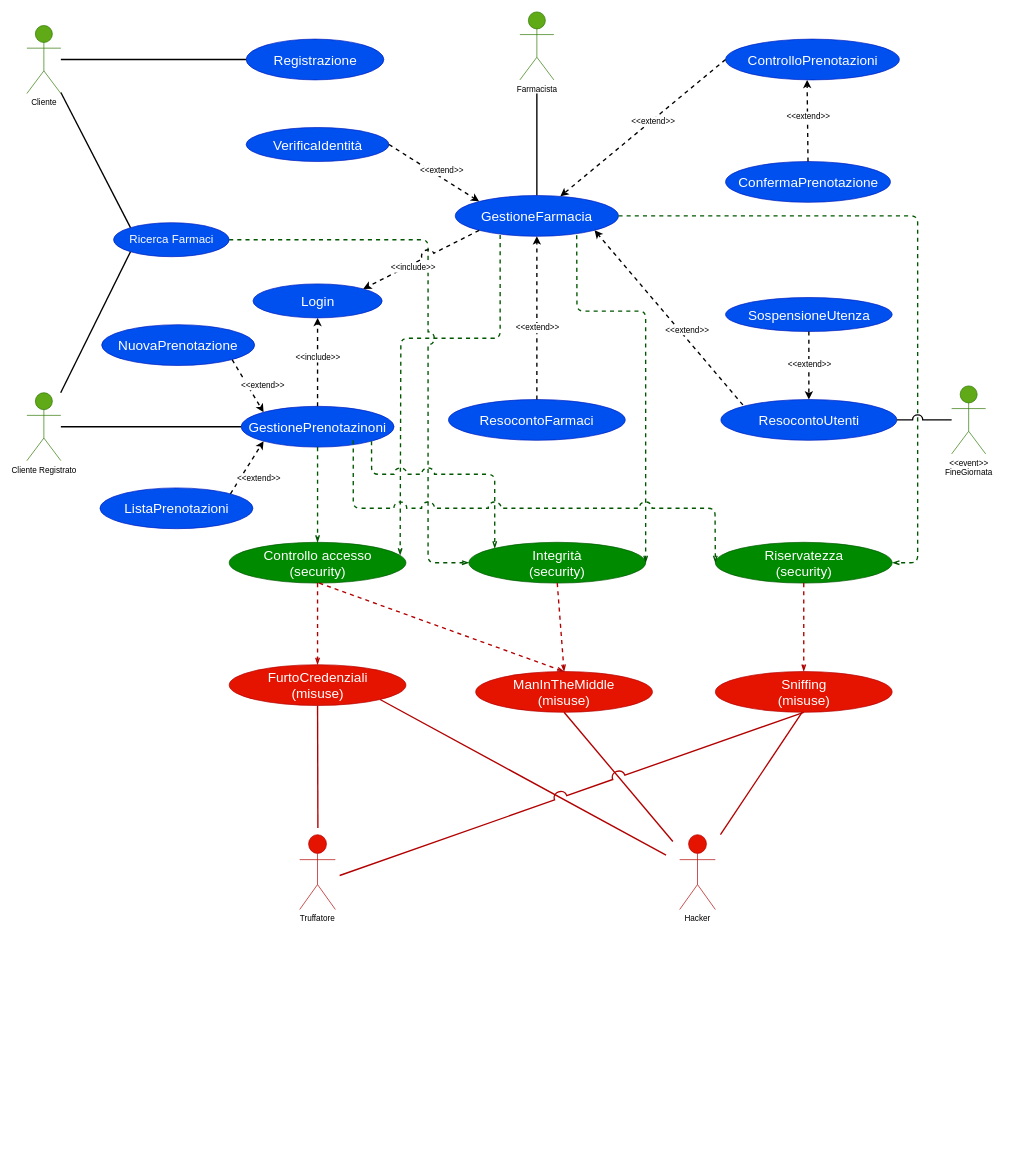
Above: drawio/Analisi/SecurityCase.drawio in lnwor/farmabyte-doc (draw.io), before the change. Source tidied: cells renumbered, new cells numbered last; positions are measured from the earlier drawing's top-left corner, leaving out a move shared by most shapes. Both pictures are drawn from the tidied source at 68%, with x=0, y=0 at pixel (27, 12).
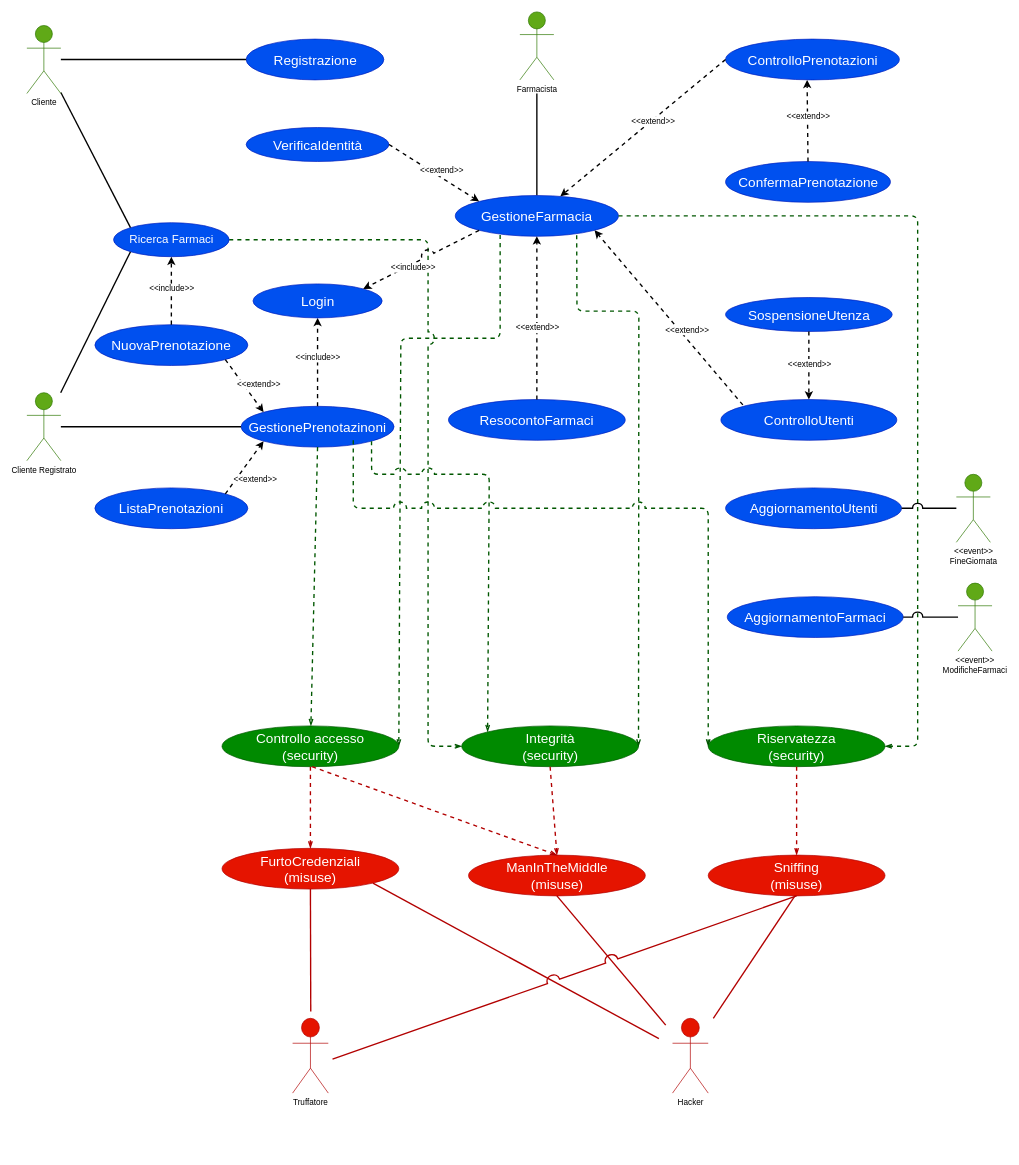
The same diagram, later.

Commit message (it also covers changes not shown here):
aggiunti casi d'uso, modificato il deployment e l'include

Unchanged cells that the change refers to:
```xml
<mxCell id="6" value="GestioneFarmacia" style="ellipse;whiteSpace=wrap;html=1;labelBackgroundColor=none;fillColor=#0050ef;strokeColor=#001DBC;fontSize=20;fontColor=#ffffff;" parent="1" vertex="1">
  <mxGeometry x="630" y="270" width="240" height="60" as="geometry" />
</mxCell>
<mxCell id="7" value="GestionePrenotazinoni" style="ellipse;whiteSpace=wrap;html=1;labelBackgroundColor=none;fontSize=20;fillColor=#0050ef;strokeColor=#001DBC;fontColor=#ffffff;" parent="1" vertex="1">
  <mxGeometry x="315" y="580" width="225" height="60" as="geometry" />
</mxCell>
<mxCell id="14" value="Ricerca Farmaci" style="ellipse;whiteSpace=wrap;html=1;labelBackgroundColor=none;fontSize=17;fillColor=#0050ef;strokeColor=#001DBC;fontColor=#ffffff;" parent="1" vertex="1">
  <mxGeometry x="127.5" y="310" width="170" height="50" as="geometry" />
</mxCell>
```

Change to the diagram source:
```diff
@@
-    <mxCell id="2" style="endArrow=openThin;html=1;strokeWidth=2;exitX=0.275;exitY=0.967;exitDx=0;exitDy=0;fillColor=#008a00;strokeColor=#005700;exitPerimeter=0;endFill=0;jumpStyle=arc;jumpSize=17;entryX=0.967;entryY=0.317;entryDx=0;entryDy=0;entryPerimeter=0;dashed=1;" parent="1" edge="1" source="6" target="37">
+    <mxCell id="2" style="endArrow=openThin;html=1;strokeWidth=2;exitX=0.275;exitY=0.967;exitDx=0;exitDy=0;fillColor=#008a00;strokeColor=#005700;exitPerimeter=0;endFill=0;jumpStyle=arc;jumpSize=17;entryX=1;entryY=0.5;entryDx=0;entryDy=0;dashed=1;" parent="1" edge="1" source="6" target="37">
       <mxGeometry relative="1" as="geometry">
         <Array as="points">
           <mxPoint x="696" y="480" />
           <mxPoint x="550" y="480" />
         </Array>
       </mxGeometry>
     </mxCell>
     <mxCell id="3" style="endArrow=openThin;html=1;strokeWidth=2;exitX=1;exitY=0.5;exitDx=0;exitDy=0;fillColor=#008a00;strokeColor=#005700;entryX=0;entryY=0.5;entryDx=0;entryDy=0;endFill=0;dashed=1;jumpStyle=arc;jumpSize=17;" parent="1" edge="1" source="14" target="39">
       <mxGeometry relative="1" as="geometry">
         <Array as="points">
           <mxPoint x="590" y="335" />
           <mxPoint x="590" y="810" />
+          <mxPoint x="590" y="1080" />
         </Array>
       </mxGeometry>
     </mxCell>
@@
-    <mxCell id="20" value="&lt;div&gt;&amp;lt;&amp;lt;event&amp;gt;&amp;gt;&lt;/div&gt;&lt;div&gt;FineGiornata&lt;br&gt;&lt;/div&gt;" style="shape=umlActor;verticalLabelPosition=bottom;verticalAlign=top;html=1;outlineConnect=0;labelBackgroundColor=none;fontSize=12;fillColor=#60a917;strokeColor=#2D7600;" parent="1" vertex="1">
-      <mxGeometry x="1360" y="550" width="50" height="100" as="geometry" />
-    </mxCell>
-    <mxCell id="21" value="ResocontoUtenti" style="ellipse;whiteSpace=wrap;html=1;labelBackgroundColor=none;fontSize=20;fillColor=#0050ef;strokeColor=#001DBC;fontColor=#ffffff;" parent="1" vertex="1">
+    <mxCell id="21" value="ControlloUtenti" style="ellipse;whiteSpace=wrap;html=1;labelBackgroundColor=none;fontSize=20;fillColor=#0050ef;strokeColor=#001DBC;fontColor=#ffffff;" parent="1" vertex="1">
       <mxGeometry x="1020.6" y="570" width="258.8" height="60" as="geometry" />
     </mxCell>
@@
     <mxCell id="37" value="Controllo accesso&lt;br&gt;(security)" style="ellipse;whiteSpace=wrap;html=1;fontSize=20;fillColor=#008a00;strokeColor=#005700;fontColor=#ffffff;" parent="1" vertex="1">
-      <mxGeometry x="297.5" y="780" width="260" height="60" as="geometry" />
+      <mxGeometry x="287" y="1050" width="260" height="60" as="geometry" />
     </mxCell>
     <mxCell id="38" value="Riservatezza&lt;br&gt;(security)" style="ellipse;whiteSpace=wrap;html=1;fontSize=20;fillColor=#008a00;strokeColor=#005700;fontColor=#ffffff;" parent="1" vertex="1">
-      <mxGeometry x="1012.5" y="780" width="260" height="60" as="geometry" />
+      <mxGeometry x="1002" y="1050" width="260" height="60" as="geometry" />
     </mxCell>
     <mxCell id="39" value="Integrità&lt;br&gt;(security)" style="ellipse;whiteSpace=wrap;html=1;fontSize=20;fillColor=#008a00;strokeColor=#005700;fontColor=#ffffff;" parent="1" vertex="1">
-      <mxGeometry x="650" y="780" width="260" height="60" as="geometry" />
+      <mxGeometry x="639.5" y="1050" width="260" height="60" as="geometry" />
     </mxCell>
@@
-    <mxCell id="41" style="endArrow=openThin;html=1;strokeWidth=2;exitX=1;exitY=0.5;exitDx=0;exitDy=0;fillColor=#008a00;strokeColor=#005700;endFill=0;jumpStyle=arc;dashed=1;jumpSize=17;" parent="1" edge="1" source="6">
+    <mxCell id="41" style="endArrow=openThin;html=1;strokeWidth=2;exitX=1;exitY=0.5;exitDx=0;exitDy=0;fillColor=#008a00;strokeColor=#005700;endFill=0;jumpStyle=arc;dashed=1;jumpSize=17;entryX=1;entryY=0.5;entryDx=0;entryDy=0;" parent="1" edge="1" source="6" target="38">
       <mxGeometry relative="1" as="geometry">
-        <mxPoint x="1273" y="810" as="targetPoint" />
         <Array as="points">
           <mxPoint x="1310" y="300" />
           <mxPoint x="1310" y="680" />
-          <mxPoint x="1310" y="810" />
+          <mxPoint x="1310" y="1080" />
         </Array>
       </mxGeometry>
     </mxCell>
     <mxCell id="42" style="endArrow=openThin;html=1;strokeWidth=2;fillColor=#008a00;strokeColor=#005700;entryX=1;entryY=0.5;entryDx=0;entryDy=0;endFill=0;jumpStyle=arc;dashed=1;jumpSize=17;exitX=0.744;exitY=0.972;exitDx=0;exitDy=0;exitPerimeter=0;" parent="1" edge="1" source="6" target="39">
       <mxGeometry relative="1" as="geometry">
         <Array as="points">
           <mxPoint x="809" y="440" />
-          <mxPoint x="910" y="440" />
+          <mxPoint x="900" y="440" />
         </Array>
       </mxGeometry>
     </mxCell>
     <mxCell id="43" value="Sniffing&lt;br&gt;(misuse)" style="ellipse;whiteSpace=wrap;html=1;fontSize=20;fillColor=#e51400;strokeColor=#B20000;fontColor=#ffffff;" parent="1" vertex="1">
-      <mxGeometry x="1012.5" y="970" width="260" height="60" as="geometry" />
+      <mxGeometry x="1002" y="1240" width="260" height="60" as="geometry" />
     </mxCell>
     <mxCell id="44" value="ManInTheMiddle&lt;br&gt;(misuse)" style="ellipse;whiteSpace=wrap;html=1;fontSize=20;fillColor=#e51400;strokeColor=#B20000;fontColor=#ffffff;" parent="1" vertex="1">
-      <mxGeometry x="660" y="970" width="260" height="60" as="geometry" />
+      <mxGeometry x="649.5" y="1240" width="260" height="60" as="geometry" />
     </mxCell>
     <mxCell id="45" value="FurtoCredenziali&lt;br&gt;(misuse)" style="ellipse;whiteSpace=wrap;html=1;fontSize=20;fillColor=#e51400;strokeColor=#B20000;fontColor=#ffffff;" parent="1" vertex="1">
-      <mxGeometry x="297.5" y="960" width="260" height="60" as="geometry" />
+      <mxGeometry x="287" y="1230" width="260" height="60" as="geometry" />
     </mxCell>
@@
     <mxCell id="47" style="endArrow=none;html=1;strokeWidth=2;exitX=0.5;exitY=1;exitDx=0;exitDy=0;fillColor=#e51400;strokeColor=#B20000;endFill=0;" parent="1" edge="1" source="45">
       <mxGeometry relative="1" as="geometry">
-        <mxPoint x="428" y="1200" as="targetPoint" />
+        <mxPoint x="417.5" y="1470" as="targetPoint" />
       </mxGeometry>
     </mxCell>
     <mxCell id="48" style="endArrow=none;html=1;strokeWidth=2;exitX=1;exitY=1;exitDx=0;exitDy=0;fillColor=#e51400;strokeColor=#B20000;endFill=0;jumpStyle=arc;jumpSize=11;" parent="1" edge="1" source="45">
       <mxGeometry relative="1" as="geometry">
-        <mxPoint x="940" y="1240" as="targetPoint" />
+        <mxPoint x="929.5" y="1510" as="targetPoint" />
       </mxGeometry>
     </mxCell>
@@
     <mxCell id="50" style="endArrow=openThin;html=1;strokeWidth=2;fillColor=#e51400;strokeColor=#B20000;entryX=0.5;entryY=0;entryDx=0;entryDy=0;endFill=0;jumpStyle=arc;dashed=1;jumpSize=17;" parent="1" edge="1" target="44">
       <mxGeometry relative="1" as="geometry">
-        <mxPoint x="430" y="840" as="sourcePoint" />
+        <mxPoint x="419.5" y="1110" as="sourcePoint" />
       </mxGeometry>
     </mxCell>
     <mxCell id="51" style="endArrow=none;html=1;strokeWidth=2;fillColor=#e51400;strokeColor=#B20000;endFill=0;exitX=0.5;exitY=1;exitDx=0;exitDy=0;jumpStyle=arc;" parent="1" edge="1" source="44">
       <mxGeometry relative="1" as="geometry">
-        <mxPoint x="950" y="1220" as="targetPoint" />
+        <mxPoint x="939.5" y="1490" as="targetPoint" />
       </mxGeometry>
     </mxCell>
     <mxCell id="52" style="endArrow=none;html=1;strokeWidth=2;exitX=0.5;exitY=1;exitDx=0;exitDy=0;fillColor=#e51400;strokeColor=#B20000;endFill=0;jumpStyle=arc;jumpSize=17;" parent="1" edge="1" source="43">
       <mxGeometry relative="1" as="geometry">
-        <mxPoint x="460" y="1270" as="targetPoint" />
+        <mxPoint x="449.5" y="1540" as="targetPoint" />
       </mxGeometry>
     </mxCell>
     <mxCell id="53" style="endArrow=openThin;html=1;strokeWidth=2;fillColor=#e51400;strokeColor=#B20000;endFill=0;exitX=0.5;exitY=1;exitDx=0;exitDy=0;jumpStyle=arc;dashed=1;jumpSize=17;" parent="1" edge="1" source="39">
       <mxGeometry relative="1" as="geometry">
-        <mxPoint x="790" y="970" as="targetPoint" />
+        <mxPoint x="779.5" y="1240" as="targetPoint" />
       </mxGeometry>
     </mxCell>
     <mxCell id="54" value="Truffatore" style="shape=umlActor;verticalLabelPosition=bottom;verticalAlign=top;html=1;labelBackgroundColor=none;fillColor=#e51400;strokeColor=#B20000;" parent="1" vertex="1">
-      <mxGeometry x="401.2" y="1210" width="52.5" height="110" as="geometry" />
+      <mxGeometry x="390.8" y="1480" width="52.5" height="110" as="geometry" />
     </mxCell>
     <mxCell id="55" style="edgeStyle=orthogonalEdgeStyle;rounded=0;orthogonalLoop=1;jettySize=auto;html=1;exitX=0.5;exitY=1;exitDx=0;exitDy=0;" parent="1" edge="1">
       <mxGeometry relative="1" as="geometry">
-        <mxPoint x="437" y="1400" as="sourcePoint" />
-        <mxPoint x="437" y="1400" as="targetPoint" />
+        <mxPoint x="426.5" y="1670" as="sourcePoint" />
+        <mxPoint x="426.5" y="1670" as="targetPoint" />
       </mxGeometry>
     </mxCell>
     <mxCell id="56" value="&lt;div&gt;Hacker&lt;/div&gt;" style="shape=umlActor;verticalLabelPosition=bottom;verticalAlign=top;html=1;labelBackgroundColor=none;fillColor=#e51400;strokeColor=#B20000;" parent="1" vertex="1">
-      <mxGeometry x="960" y="1210" width="52.5" height="110" as="geometry" />
+      <mxGeometry x="949.5" y="1480" width="52.5" height="110" as="geometry" />
     </mxCell>
     <mxCell id="57" style="endArrow=none;html=1;strokeWidth=2;fillColor=#e51400;strokeColor=#B20000;endFill=0;" parent="1" edge="1">
       <mxGeometry relative="1" as="geometry">
-        <mxPoint x="1140" y="1030" as="sourcePoint" />
-        <mxPoint x="1020" y="1210" as="targetPoint" />
+        <mxPoint x="1129.5" y="1300" as="sourcePoint" />
+        <mxPoint x="1009.5" y="1480" as="targetPoint" />
       </mxGeometry>
     </mxCell>
@@
     <mxCell id="59" style="endArrow=openThin;html=1;strokeWidth=2;exitX=1;exitY=1;exitDx=0;exitDy=0;fillColor=#008a00;strokeColor=#005700;entryX=0;entryY=0;entryDx=0;entryDy=0;endFill=0;jumpStyle=arc;dashed=1;jumpSize=17;" parent="1" edge="1" source="7" target="39">
       <mxGeometry relative="1" as="geometry">
         <Array as="points">
           <mxPoint x="507" y="680" />
-          <mxPoint x="688" y="680" />
+          <mxPoint x="680" y="680" />
         </Array>
       </mxGeometry>
     </mxCell>
     <mxCell id="60" style="endArrow=openThin;html=1;strokeWidth=2;fillColor=#008a00;strokeColor=#005700;entryX=0;entryY=0.5;entryDx=0;entryDy=0;endFill=0;jumpStyle=arc;dashed=1;jumpSize=17;shadow=0;sketch=0;rounded=1;" parent="1" edge="1" target="38">
       <mxGeometry relative="1" as="geometry">
         <mxPoint x="480" y="630" as="sourcePoint" />
         <Array as="points">
           <mxPoint x="480" y="730" />
-          <mxPoint x="1012" y="730" />
+          <mxPoint x="1002" y="730" />
         </Array>
       </mxGeometry>
     </mxCell>
-    <mxCell id="61" style="endArrow=none;html=1;shadow=0;strokeWidth=2;fontSize=20;fontColor=#000000;fillColor=#1ba1e2;jumpStyle=arc;jumpSize=13;" parent="1" edge="1" source="21" target="20">
-      <mxGeometry relative="1" as="geometry" />
-    </mxCell>
@@
     <mxCell id="64" value="ListaPrenotazioni" style="ellipse;whiteSpace=wrap;html=1;labelBackgroundColor=none;fontSize=20;fillColor=#0050ef;strokeColor=#001DBC;fontColor=#ffffff;" parent="1" vertex="1">
-      <mxGeometry x="107.5" y="700" width="225" height="60" as="geometry" />
+      <mxGeometry x="100" y="700" width="225" height="60" as="geometry" />
     </mxCell>
     <mxCell id="65" value="NuovaPrenotazione" style="ellipse;whiteSpace=wrap;html=1;labelBackgroundColor=none;fontSize=20;fillColor=#0050ef;strokeColor=#001DBC;fontColor=#ffffff;" parent="1" vertex="1">
-      <mxGeometry x="110" y="460" width="225" height="60" as="geometry" />
+      <mxGeometry x="100" y="460" width="225" height="60" as="geometry" />
     </mxCell>
@@
+    <mxCell id="70" style="endArrow=classic;html=1;shadow=0;strokeColor=#000000;strokeWidth=2;fontSize=13;dashed=1;exitX=0.5;exitY=0;exitDx=0;exitDy=0;entryX=0.5;entryY=1;entryDx=0;entryDy=0;" parent="1" edge="1" source="65" target="14">
+      <mxGeometry relative="1" as="geometry" />
+    </mxCell>
+    <mxCell id="71" value="&amp;lt;&amp;lt;include&amp;gt;&amp;gt;" style="edgeLabel;html=1;align=center;verticalAlign=middle;fontSize=12;fontColor=#000000;" parent="70" vertex="1">
+      <mxGeometry x="0.33" y="-1" relative="1" as="geometry">
+        <mxPoint x="-1" y="13" as="offset" />
+      </mxGeometry>
+    </mxCell>
+    <mxCell id="20" value="&lt;div&gt;&amp;lt;&amp;lt;event&amp;gt;&amp;gt;&lt;/div&gt;&lt;div&gt;FineGiornata&lt;br&gt;&lt;/div&gt;" style="shape=umlActor;verticalLabelPosition=bottom;verticalAlign=top;html=1;outlineConnect=0;labelBackgroundColor=none;fontSize=12;fillColor=#60a917;strokeColor=#2D7600;" parent="1" vertex="1">
+      <mxGeometry x="1366.9" y="680" width="50" height="100" as="geometry" />
+    </mxCell>
+    <mxCell id="72" value="AggiornamentoUtenti" style="ellipse;whiteSpace=wrap;html=1;labelBackgroundColor=none;fontSize=20;fillColor=#0050ef;strokeColor=#001DBC;fontColor=#ffffff;" parent="1" vertex="1">
+      <mxGeometry x="1027.5" y="700" width="258.8" height="60" as="geometry" />
+    </mxCell>
+    <mxCell id="73" style="endArrow=none;html=1;shadow=0;strokeWidth=2;fontSize=20;fontColor=#000000;fillColor=#1ba1e2;jumpStyle=arc;jumpSize=13;" parent="1" edge="1" source="72" target="20">
+      <mxGeometry relative="1" as="geometry" />
+    </mxCell>
+    <mxCell id="74" value="&lt;div&gt;&amp;lt;&amp;lt;event&amp;gt;&amp;gt;&lt;/div&gt;&lt;div&gt;ModificheFarmaci&lt;/div&gt;" style="shape=umlActor;verticalLabelPosition=bottom;verticalAlign=top;html=1;outlineConnect=0;labelBackgroundColor=none;fontSize=12;fillColor=#60a917;strokeColor=#2D7600;" parent="1" vertex="1">
+      <mxGeometry x="1369.4" y="840" width="50" height="100" as="geometry" />
+    </mxCell>
+    <mxCell id="75" value="AggiornamentoFarmaci" style="ellipse;whiteSpace=wrap;html=1;labelBackgroundColor=none;fontSize=20;fillColor=#0050ef;strokeColor=#001DBC;fontColor=#ffffff;" parent="1" vertex="1">
+      <mxGeometry x="1030" y="860" width="258.8" height="60" as="geometry" />
+    </mxCell>
+    <mxCell id="76" style="endArrow=none;html=1;shadow=0;strokeWidth=2;fontSize=20;fontColor=#000000;fillColor=#1ba1e2;jumpStyle=arc;jumpSize=13;" parent="1" edge="1" source="75" target="74">
+      <mxGeometry relative="1" as="geometry" />
+    </mxCell>
```
